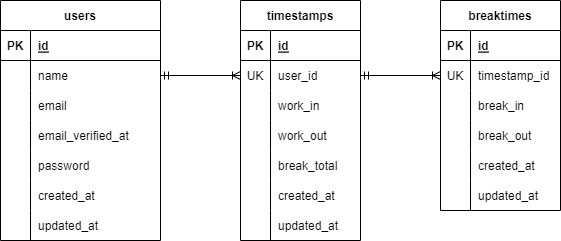
yoshikiakazawa/atte_practice keeps this draw.io diagram as src/.drawio.png. Above is the earlier version. Source tidied: cells renumbered, new cells last; positions are measured from the earlier drawing's top-left corner, leaving out a move shared by most shapes.
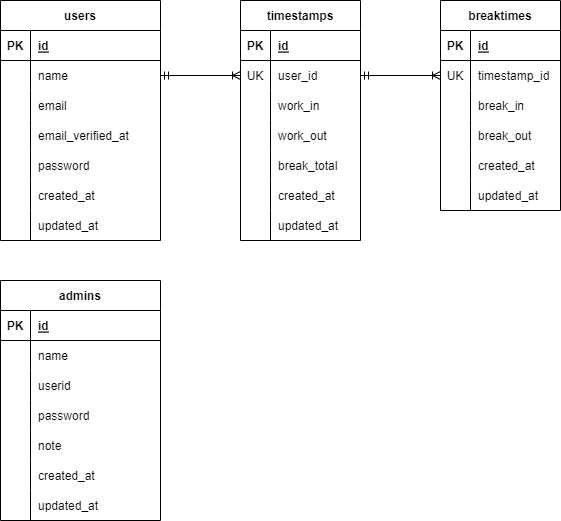
The same diagram one commit later.

What changed in the source:
```diff
@@ -197,5 +197,71 @@
     <mxCell id="66" style="edgeStyle=none;html=1;exitX=0;exitY=0.5;exitDx=0;exitDy=0;entryX=1;entryY=0.5;entryDx=0;entryDy=0;endArrow=ERmandOne;endFill=0;startArrow=ERoneToMany;startFill=0;" parent="1" edge="1" source="51" target="6">
       <mxGeometry relative="1" as="geometry" />
     </mxCell>
+    <mxCell id="67" value="admins" style="shape=table;startSize=30;rowLines=0;fontStyle=1;align=center;" parent="1" vertex="1">
+      <mxGeometry y="280" width="160" height="240" as="geometry" />
+    </mxCell>
+    <mxCell id="68" style="shape=tableRow;horizontal=0;startSize=0;swimlaneHead=0;swimlaneBody=0;fillColor=none;top=0;left=0;right=0;bottom=1;" parent="67" vertex="1">
+      <mxGeometry y="30" width="160" height="30" as="geometry" />
+    </mxCell>
+    <mxCell id="69" value="PK" style="shape=partialRectangle;fillColor=none;top=0;left=0;bottom=0;right=0;fontStyle=1;overflow=hidden;" parent="68" vertex="1">
+      <mxGeometry width="30" height="30" as="geometry" />
+    </mxCell>
+    <mxCell id="70" value="id" style="shape=partialRectangle;fillColor=none;top=0;left=0;bottom=0;right=0;align=left;spacingLeft=6;fontStyle=5;overflow=hidden;" parent="68" vertex="1">
+      <mxGeometry x="30" width="130" height="30" as="geometry" />
+    </mxCell>
+    <mxCell id="71" style="shape=tableRow;horizontal=0;startSize=0;swimlaneHead=0;swimlaneBody=0;fillColor=none;top=0;left=0;right=0;bottom=0;" parent="67" vertex="1">
+      <mxGeometry y="60" width="160" height="30" as="geometry" />
+    </mxCell>
+    <mxCell id="72" style="shape=partialRectangle;fillColor=none;top=0;left=0;bottom=0;right=0;overflow=hidden;" parent="71" vertex="1">
+      <mxGeometry width="30" height="30" as="geometry" />
+    </mxCell>
+    <mxCell id="73" value="name" style="shape=partialRectangle;fillColor=none;top=0;left=0;bottom=0;right=0;align=left;spacingLeft=6;overflow=hidden;" parent="71" vertex="1">
+      <mxGeometry x="30" width="130" height="30" as="geometry" />
+    </mxCell>
+    <mxCell id="74" style="shape=tableRow;horizontal=0;startSize=0;swimlaneHead=0;swimlaneBody=0;fillColor=none;top=0;left=0;right=0;bottom=0;" parent="67" vertex="1">
+      <mxGeometry y="90" width="160" height="30" as="geometry" />
+    </mxCell>
+    <mxCell id="75" style="shape=partialRectangle;fillColor=none;top=0;left=0;bottom=0;right=0;overflow=hidden;" parent="74" vertex="1">
+      <mxGeometry width="30" height="30" as="geometry" />
+    </mxCell>
+    <mxCell id="76" value="userid" style="shape=partialRectangle;fillColor=none;top=0;left=0;bottom=0;right=0;align=left;spacingLeft=6;overflow=hidden;" parent="74" vertex="1">
+      <mxGeometry x="30" width="130" height="30" as="geometry" />
+    </mxCell>
+    <mxCell id="77" style="shape=tableRow;horizontal=0;startSize=0;swimlaneHead=0;swimlaneBody=0;fillColor=none;top=0;left=0;right=0;bottom=0;" parent="67" vertex="1">
+      <mxGeometry y="120" width="160" height="30" as="geometry" />
+    </mxCell>
+    <mxCell id="78" style="shape=partialRectangle;fillColor=none;top=0;left=0;bottom=0;right=0;overflow=hidden;" parent="77" vertex="1">
+      <mxGeometry width="30" height="30" as="geometry" />
+    </mxCell>
+    <mxCell id="79" value="password" style="shape=partialRectangle;fillColor=none;top=0;left=0;bottom=0;right=0;align=left;spacingLeft=6;overflow=hidden;" parent="77" vertex="1">
+      <mxGeometry x="30" width="130" height="30" as="geometry" />
+    </mxCell>
+    <mxCell id="80" style="shape=tableRow;horizontal=0;startSize=0;swimlaneHead=0;swimlaneBody=0;fillColor=none;top=0;left=0;right=0;bottom=0;" parent="67" vertex="1">
+      <mxGeometry y="150" width="160" height="30" as="geometry" />
+    </mxCell>
+    <mxCell id="81" style="shape=partialRectangle;fillColor=none;top=0;left=0;bottom=0;right=0;overflow=hidden;" parent="80" vertex="1">
+      <mxGeometry width="30" height="30" as="geometry" />
+    </mxCell>
+    <mxCell id="82" value="note" style="shape=partialRectangle;fillColor=none;top=0;left=0;bottom=0;right=0;align=left;spacingLeft=6;overflow=hidden;" parent="80" vertex="1">
+      <mxGeometry x="30" width="130" height="30" as="geometry" />
+    </mxCell>
+    <mxCell id="83" style="shape=tableRow;horizontal=0;startSize=0;swimlaneHead=0;swimlaneBody=0;fillColor=none;top=0;left=0;right=0;bottom=0;" parent="67" vertex="1">
+      <mxGeometry y="180" width="160" height="30" as="geometry" />
+    </mxCell>
+    <mxCell id="84" style="shape=partialRectangle;fillColor=none;top=0;left=0;bottom=0;right=0;overflow=hidden;" parent="83" vertex="1">
+      <mxGeometry width="30" height="30" as="geometry" />
+    </mxCell>
+    <mxCell id="85" value="created_at" style="shape=partialRectangle;fillColor=none;top=0;left=0;bottom=0;right=0;align=left;spacingLeft=6;overflow=hidden;" parent="83" vertex="1">
+      <mxGeometry x="30" width="130" height="30" as="geometry" />
+    </mxCell>
+    <mxCell id="86" style="shape=tableRow;horizontal=0;startSize=0;swimlaneHead=0;swimlaneBody=0;fillColor=none;top=0;left=0;right=0;bottom=0;" parent="67" vertex="1">
+      <mxGeometry y="210" width="160" height="30" as="geometry" />
+    </mxCell>
+    <mxCell id="87" style="shape=partialRectangle;fillColor=none;top=0;left=0;bottom=0;right=0;overflow=hidden;" parent="86" vertex="1">
+      <mxGeometry width="30" height="30" as="geometry" />
+    </mxCell>
+    <mxCell id="88" value="updated_at" style="shape=partialRectangle;fillColor=none;top=0;left=0;bottom=0;right=0;align=left;spacingLeft=6;overflow=hidden;" parent="86" vertex="1">
+      <mxGeometry x="30" width="130" height="30" as="geometry" />
+    </mxCell>
   </root>
 </mxGraphModel>
```
